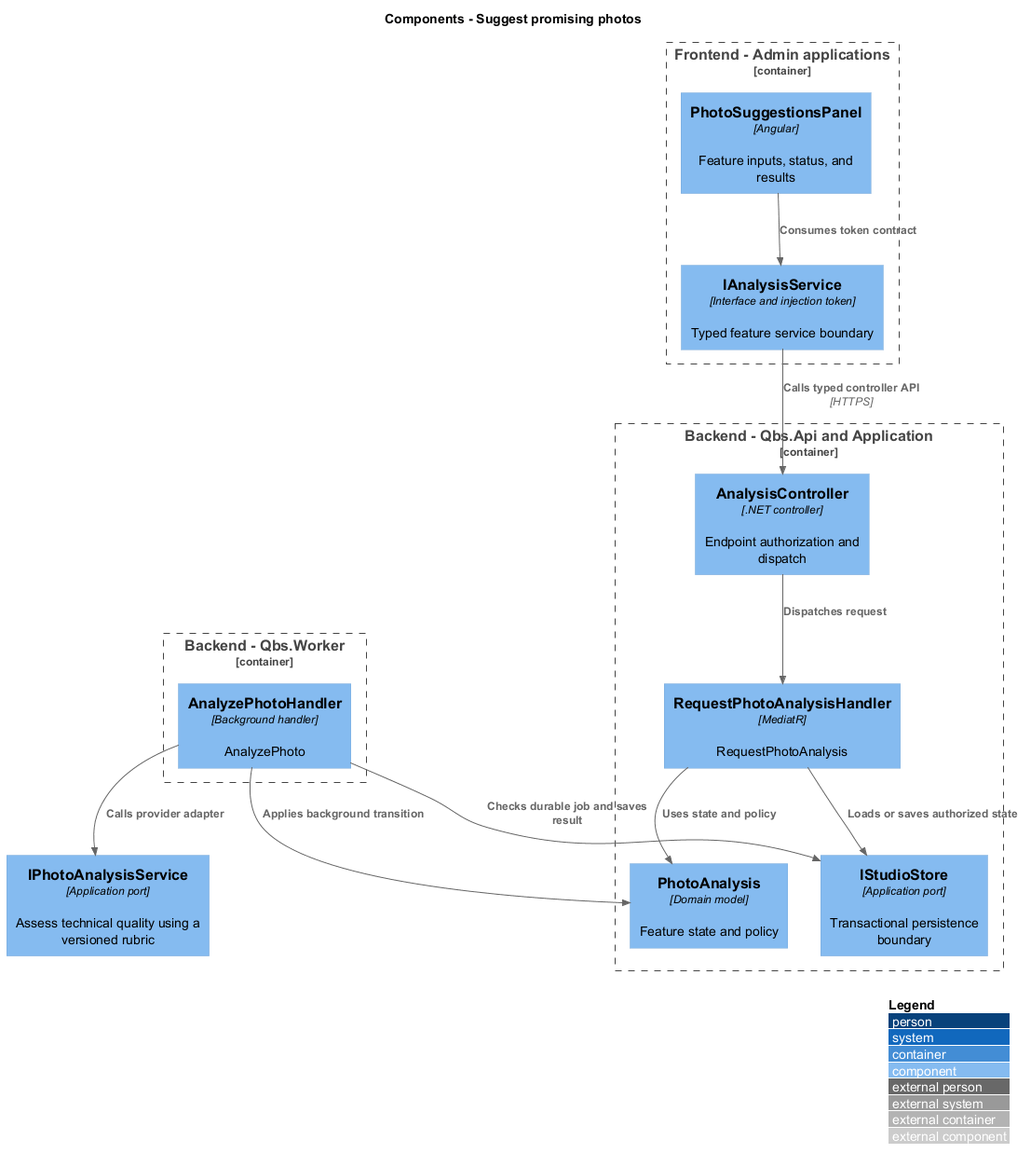
Earlier version of the PlantUML export docs/detailed-designs/session-photos/suggest-promising-photos/diagrams/c4-component.png (QuinntyneBrown/quinntyne-brown-studio).
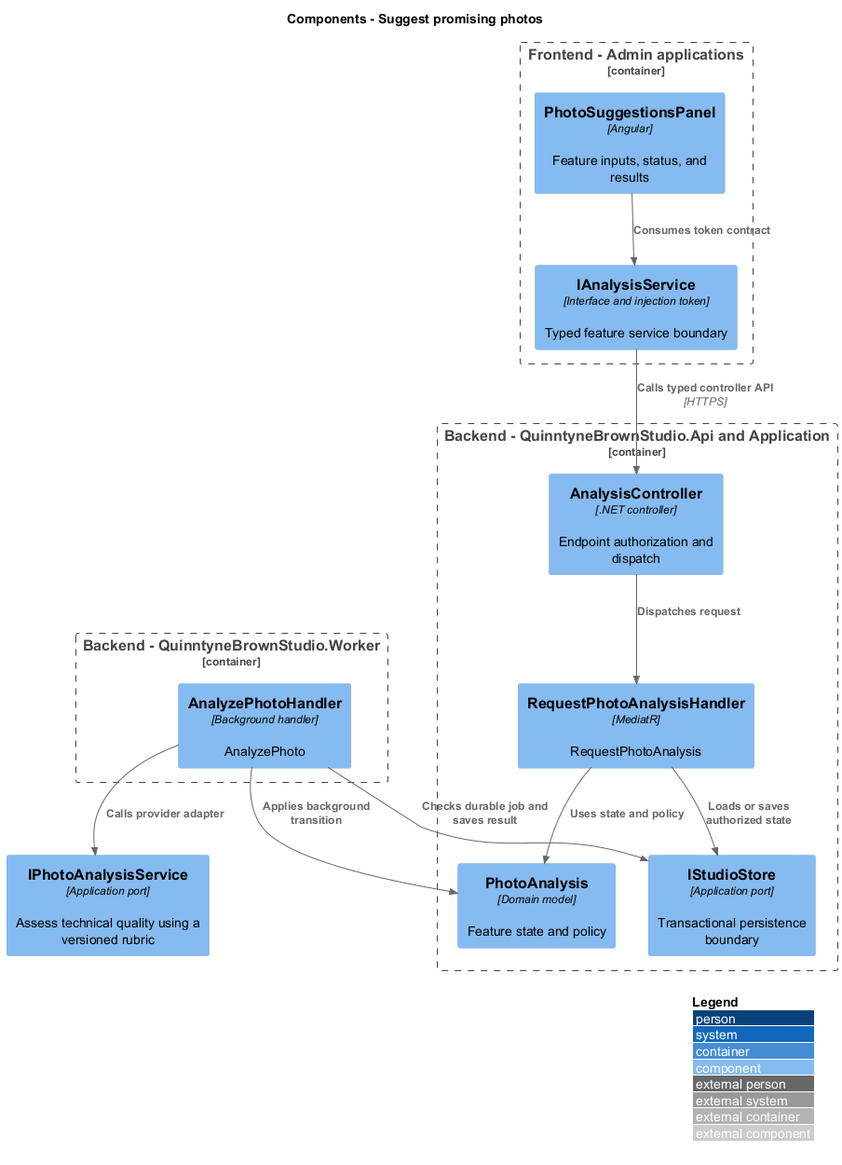
The same diagram one commit later.

What changed in the source:
```diff
@@ -6,13 +6,13 @@
  Component(page, "PhotoSuggestionsPanel", "Angular", "Feature inputs, status, and results")
  Component(client, "IAnalysisService", "Interface and injection token", "Typed feature service boundary")
 }
-Container_Boundary(api, "Backend - Qbs.Api and Application") {
+Container_Boundary(api, "Backend - QuinntyneBrownStudio.Api and Application") {
  Component(ctrl, "AnalysisController", ".NET controller", "Endpoint authorization and dispatch")
  Component(handler0, "RequestPhotoAnalysisHandler", "MediatR", "RequestPhotoAnalysis")
  Component(entity, "PhotoAnalysis", "Domain model", "Feature state and policy")
  Component(store, "IStudioStore", "Application port", "Transactional persistence boundary")
 }
-Container_Boundary(worker, "Backend - Qbs.Worker") {
+Container_Boundary(worker, "Backend - QuinntyneBrownStudio.Worker") {
  Component(job0, "AnalyzePhotoHandler", "Background handler", "AnalyzePhoto")
 }
 Rel(page, client, "Consumes token contract")
```
